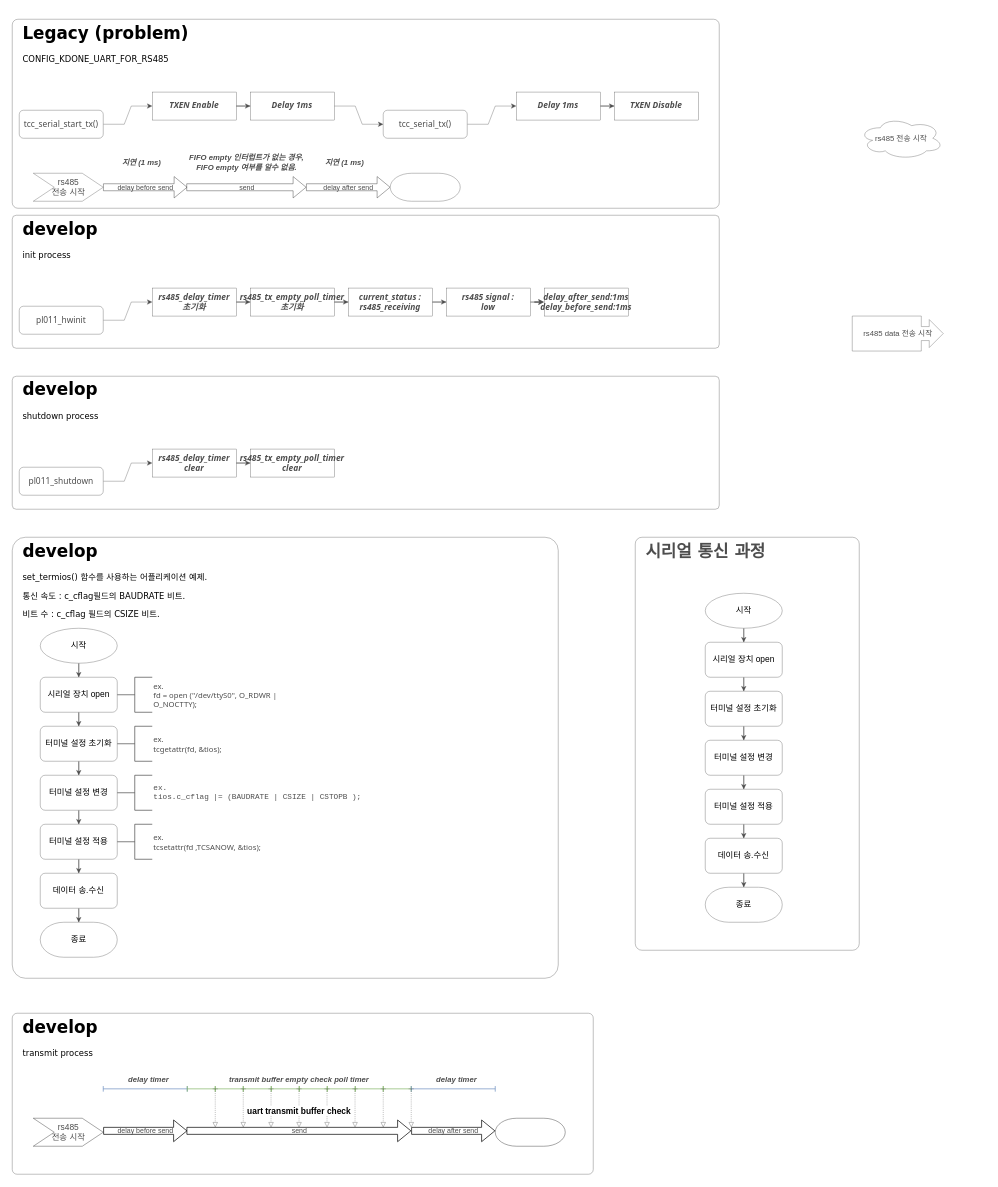
The draw.io diagram drawio/AMBA-PL011_RS485.drawio in lchy0113/tcc_develop, before the edit. Source tidied: cells renumbered, new cells numbered last; positions are measured from the earlier drawing's top-left corner, leaving out a move shared by most shapes. Both pictures are drawn from the tidied source at 70%, with x=0, y=0 at pixel (12, 19).
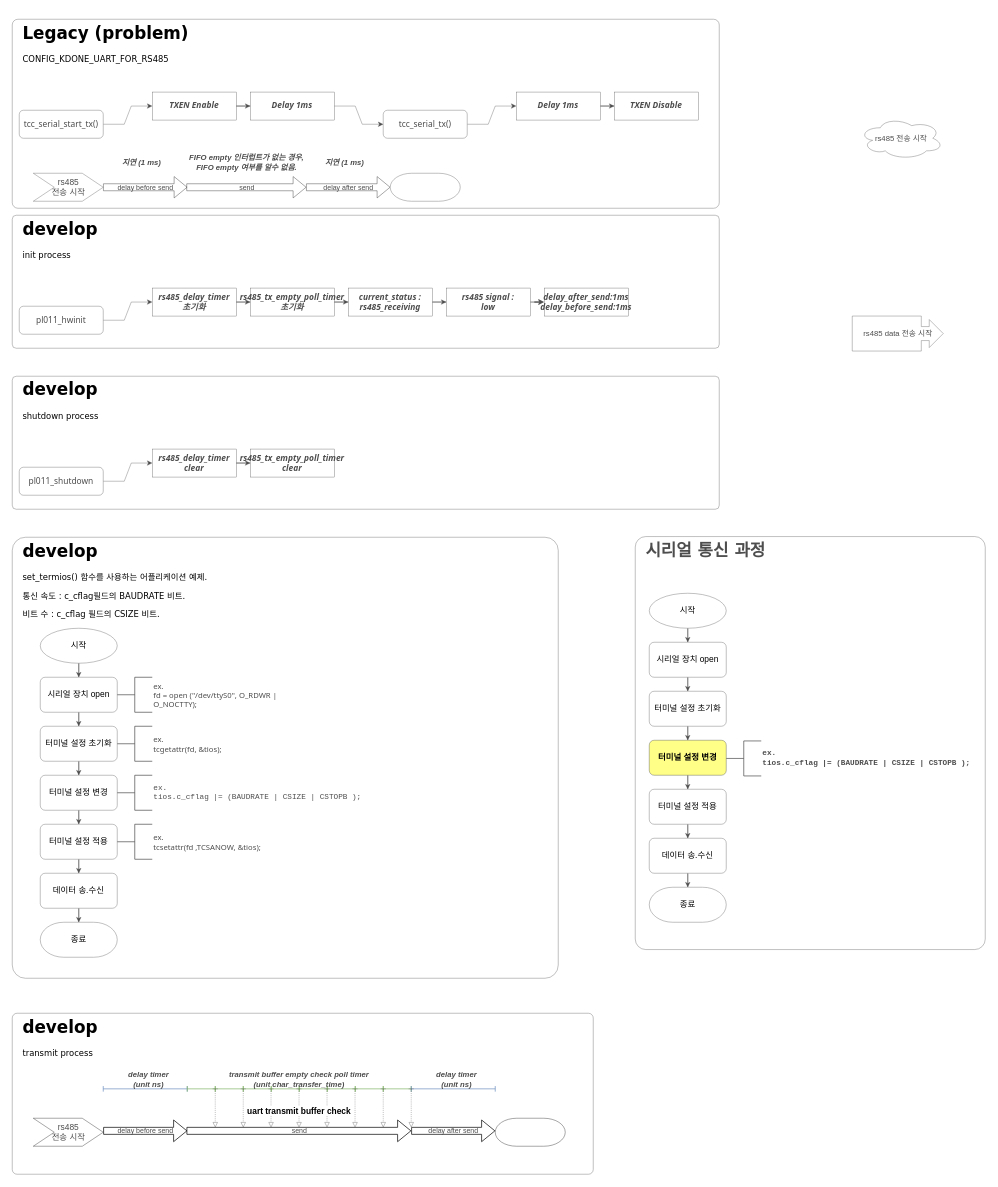
The same page after the edit.

What changed in the source:
```diff
@@
-    <mxCell id="72" value="delay timer" style="text;html=1;align=center;verticalAlign=middle;whiteSpace=wrap;rounded=0;fontSize=11;fontColor=#4D4D4D;fontStyle=3;labelBackgroundColor=none;labelBorderColor=none;" parent="1" vertex="1">
+    <mxCell id="72" value="delay timer&lt;br&gt;(unit ns)" style="text;html=1;align=center;verticalAlign=middle;whiteSpace=wrap;rounded=0;fontSize=11;fontColor=#4D4D4D;fontStyle=3;labelBackgroundColor=none;labelBorderColor=none;" parent="1" vertex="1">
       <mxGeometry x="150" y="1500" width="90" height="30" as="geometry" />
     </mxCell>
@@
-    <mxCell id="74" value="delay timer" style="text;html=1;align=center;verticalAlign=middle;whiteSpace=wrap;rounded=0;fontSize=11;fontColor=#4D4D4D;fontStyle=3;labelBackgroundColor=none;labelBorderColor=none;" parent="1" vertex="1">
+    <mxCell id="74" value="delay timer&lt;br&gt;(unit ns)" style="text;html=1;align=center;verticalAlign=middle;whiteSpace=wrap;rounded=0;fontSize=11;fontColor=#4D4D4D;fontStyle=3;labelBackgroundColor=none;labelBorderColor=none;" parent="1" vertex="1">
       <mxGeometry x="590" y="1500" width="90" height="30" as="geometry" />
     </mxCell>
-    <mxCell id="75" value="transmit buffer empty check poll timer" style="text;html=1;align=center;verticalAlign=middle;whiteSpace=wrap;rounded=0;fontSize=11;fontColor=#4D4D4D;fontStyle=3;labelBackgroundColor=none;labelBorderColor=none;" parent="1" vertex="1">
+    <mxCell id="75" value="transmit buffer empty check poll timer&lt;br&gt;(unit char_transfer_time)" style="text;html=1;align=center;verticalAlign=middle;whiteSpace=wrap;rounded=0;fontSize=11;fontColor=#4D4D4D;fontStyle=3;labelBackgroundColor=none;labelBorderColor=none;" parent="1" vertex="1">
       <mxGeometry x="260" y="1500" width="300" height="30" as="geometry" />
     </mxCell>
@@
     <mxCell id="100" style="rounded=1;whiteSpace=wrap;html=1;arcSize=3;strokeWidth=0.5;strokeColor=#4D4D4D;" parent="1" vertex="1">
-      <mxGeometry x="890" y="740" width="320" height="590" as="geometry" />
+      <mxGeometry x="890" y="739" width="500" height="590" as="geometry" />
     </mxCell>
     <mxCell id="101" value="&lt;h1&gt;&lt;font face=&quot;Verdana&quot;&gt;시리얼 통신 과정&lt;/font&gt;&lt;/h1&gt;" style="text;html=1;strokeColor=none;fillColor=none;spacing=5;spacingTop=-20;whiteSpace=wrap;overflow=hidden;rounded=0;fontColor=#4D4D4D;" parent="1" vertex="1">
-      <mxGeometry x="900" y="740" width="310" height="60" as="geometry" />
+      <mxGeometry x="900" y="739" width="310" height="60" as="geometry" />
     </mxCell>
@@
     <mxCell id="103" value="시작" style="strokeWidth=0.5;html=1;shape=mxgraph.flowchart.start_1;whiteSpace=wrap;strokeColor=#4D4D4D;" parent="1" vertex="1">
-      <mxGeometry x="990" y="820" width="110" height="50" as="geometry" />
+      <mxGeometry x="910" y="820" width="110" height="50" as="geometry" />
     </mxCell>
@@
     <mxCell id="105" value="시리얼 장치 open" style="rounded=1;whiteSpace=wrap;html=1;absoluteArcSize=1;arcSize=14;strokeWidth=0.5;strokeColor=#4D4D4D;" parent="1" vertex="1">
-      <mxGeometry x="990" y="890" width="110" height="50" as="geometry" />
+      <mxGeometry x="910" y="890" width="110" height="50" as="geometry" />
     </mxCell>
@@
     <mxCell id="107" value="터미널 설정 초기화" style="rounded=1;whiteSpace=wrap;html=1;absoluteArcSize=1;arcSize=14;strokeWidth=0.5;strokeColor=#4D4D4D;" parent="1" vertex="1">
-      <mxGeometry x="990" y="960" width="110" height="50" as="geometry" />
+      <mxGeometry x="910" y="960" width="110" height="50" as="geometry" />
     </mxCell>
@@
-    <mxCell id="109" value="터미널 설정 변경" style="rounded=1;whiteSpace=wrap;html=1;absoluteArcSize=1;arcSize=14;strokeWidth=0.5;strokeColor=#4D4D4D;" parent="1" vertex="1">
-      <mxGeometry x="990" y="1030" width="110" height="50" as="geometry" />
+    <mxCell id="109" value="터미널 설정 변경" style="rounded=1;whiteSpace=wrap;html=1;absoluteArcSize=1;arcSize=14;strokeWidth=0.5;strokeColor=#36393d;fillColor=#ffff88;fontStyle=1;" parent="1" vertex="1">
+      <mxGeometry x="910" y="1030" width="110" height="50" as="geometry" />
     </mxCell>
@@
     <mxCell id="111" value="터미널 설정 적용" style="rounded=1;whiteSpace=wrap;html=1;absoluteArcSize=1;arcSize=14;strokeWidth=0.5;strokeColor=#4D4D4D;" parent="1" vertex="1">
-      <mxGeometry x="990" y="1100" width="110" height="50" as="geometry" />
+      <mxGeometry x="910" y="1100" width="110" height="50" as="geometry" />
     </mxCell>
@@
     <mxCell id="113" value="데이터 송.수신" style="rounded=1;whiteSpace=wrap;html=1;absoluteArcSize=1;arcSize=14;strokeWidth=0.5;strokeColor=#4D4D4D;" parent="1" vertex="1">
-      <mxGeometry x="990" y="1170" width="110" height="50" as="geometry" />
+      <mxGeometry x="910" y="1170" width="110" height="50" as="geometry" />
     </mxCell>
     <mxCell id="114" value="종료" style="strokeWidth=0.5;html=1;shape=mxgraph.flowchart.terminator;whiteSpace=wrap;strokeColor=#4D4D4D;" parent="1" vertex="1">
-      <mxGeometry x="990" y="1240" width="110" height="50" as="geometry" />
+      <mxGeometry x="910" y="1240" width="110" height="50" as="geometry" />
     </mxCell>
+    <mxCell id="115" style="strokeWidth=1;html=1;shape=mxgraph.flowchart.annotation_2;align=left;labelPosition=right;strokeColor=#4D4D4D;" parent="1" vertex="1">
+      <mxGeometry x="1020" y="1031" width="50" height="50" as="geometry" />
+    </mxCell>
+    <mxCell id="116" value="&lt;font style=&quot;&quot;&gt;&lt;font style=&quot;&quot; face=&quot;Google Sans Mono, monospace&quot;&gt;&lt;div style=&quot;&quot;&gt;ex.&amp;nbsp;&lt;/div&gt;&lt;div style=&quot;&quot;&gt;tios.c_cflag |= (BAUDRATE | CSIZE | CSTOPB );&lt;/div&gt;&lt;/font&gt;&lt;/font&gt;" style="text;html=1;strokeColor=none;fillColor=none;align=left;verticalAlign=middle;whiteSpace=wrap;rounded=0;fontSize=11;fontColor=#4D4D4D;fontFamily=Tahoma;fontStyle=1;" parent="1" vertex="1">
+      <mxGeometry x="1070" y="1031" width="310" height="50" as="geometry" />
+    </mxCell>
```
